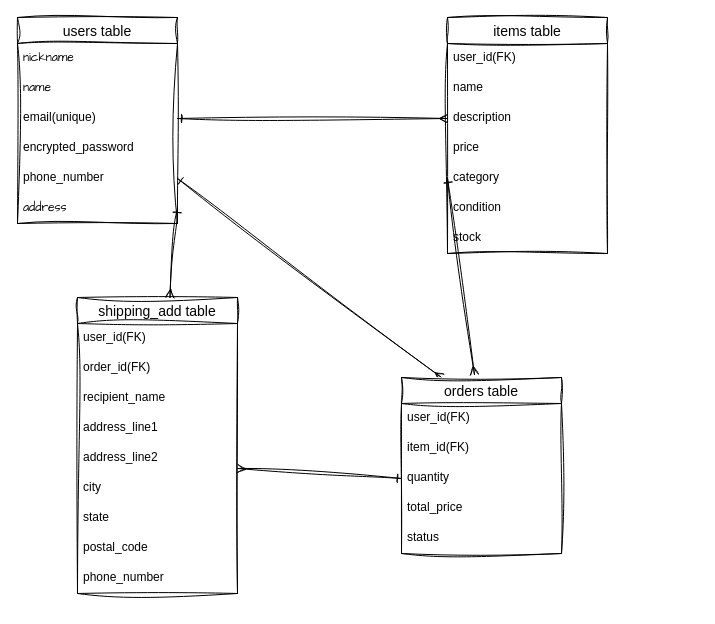
Earlier version of the draw.io diagram databaseER.dio (daichi1997/furima-41353). Source tidied: cells renumbered, new cells numbered last; positions are measured from the earlier drawing's top-left corner, leaving out a move shared by most shapes. Both pictures are drawn from the tidied source at 100%, with x=0, y=0 at pixel (17, 17).
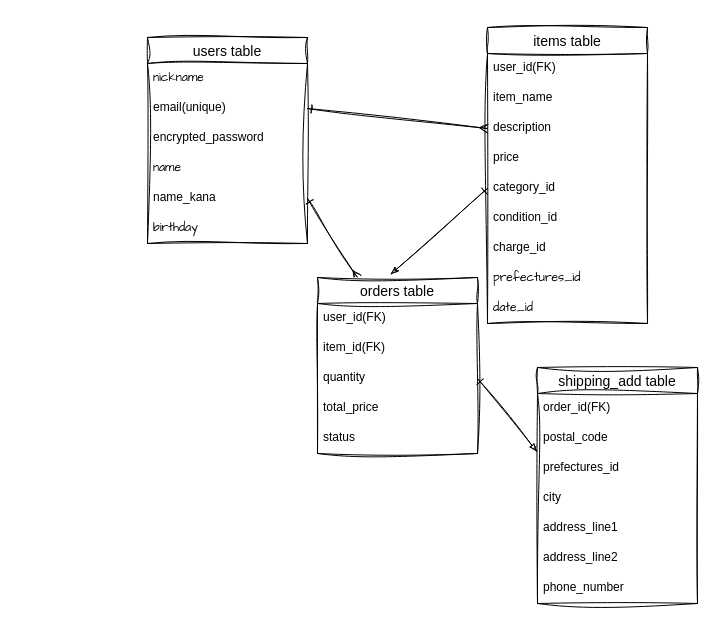
Above is the later version.

Commit message (it also covers changes not shown here):
指摘箇所の修正

The change refers to these unchanged cells:
```xml
<mxCell id="15" value="description" style="text;strokeColor=none;fillColor=none;spacingLeft=4;spacingRight=4;overflow=hidden;points=[[0,0.5],[1,0.5]];portConstraint=eastwest;fontSize=12;sketch=1;curveFitting=1;jiggle=2;" parent="12" vertex="1">
  <mxGeometry y="86" width="160" height="30" as="geometry" />
</mxCell>
<mxCell id="32" value="quantity" style="text;strokeColor=none;fillColor=none;spacingLeft=4;spacingRight=4;overflow=hidden;points=[[0,0.5],[1,0.5]];portConstraint=eastwest;fontSize=12;sketch=1;curveFitting=1;jiggle=2;" parent="29" vertex="1">
  <mxGeometry y="86" width="160" height="30" as="geometry" />
</mxCell>
```

Diff of the diagram source:
```diff
@@
     <mxCell id="2" value="shipping_add table" style="swimlane;fontStyle=0;horizontal=1;startSize=26;align=center;fontSize=14;sketch=1;curveFitting=1;jiggle=2;" parent="1" vertex="1">
-      <mxGeometry x="60" y="280" width="160" height="296" as="geometry" />
+      <mxGeometry x="520" y="350" width="160" height="236" as="geometry" />
     </mxCell>
-    <mxCell id="3" value="user_id(FK)" style="text;strokeColor=none;fillColor=none;spacingLeft=4;spacingRight=4;overflow=hidden;fontSize=12;sketch=1;curveFitting=1;jiggle=2;" parent="2" vertex="1">
-      <mxGeometry y="26" width="160" height="30" as="geometry" />
-    </mxCell>
     <mxCell id="4" value="order_id(FK)" style="text;strokeColor=none;fillColor=none;spacingLeft=4;spacingRight=4;overflow=hidden;fontSize=12;sketch=1;curveFitting=1;jiggle=2;" parent="2" vertex="1">
-      <mxGeometry y="56" width="160" height="30" as="geometry" />
+      <mxGeometry y="26" width="160" height="30" as="geometry" />
     </mxCell>
+    <mxCell id="10" value="postal_code" style="text;strokeColor=none;fillColor=none;spacingLeft=4;spacingRight=4;overflow=hidden;fontSize=12;sketch=1;curveFitting=1;jiggle=2;" parent="2" vertex="1">
+      <mxGeometry y="56" width="160" height="30" as="geometry" />
+    </mxCell>
-    <mxCell id="5" value="recipient_name" style="text;strokeColor=none;fillColor=none;spacingLeft=4;spacingRight=4;overflow=hidden;points=[[0,0.5],[1,0.5]];portConstraint=eastwest;fontSize=12;sketch=1;curveFitting=1;jiggle=2;" parent="2" vertex="1">
+    <mxCell id="5" value="prefectures_id" style="text;strokeColor=none;fillColor=none;spacingLeft=4;spacingRight=4;overflow=hidden;points=[[0,0.5],[1,0.5]];portConstraint=eastwest;fontSize=12;sketch=1;curveFitting=1;jiggle=2;" parent="2" vertex="1">
       <mxGeometry y="86" width="160" height="30" as="geometry" />
     </mxCell>
+    <mxCell id="8" value="city" style="text;strokeColor=none;fillColor=none;spacingLeft=4;spacingRight=4;overflow=hidden;fontSize=12;sketch=1;curveFitting=1;jiggle=2;" parent="2" vertex="1">
+      <mxGeometry y="116" width="160" height="30" as="geometry" />
+    </mxCell>
     <mxCell id="6" value="address_line1" style="text;strokeColor=none;fillColor=none;spacingLeft=4;spacingRight=4;overflow=hidden;fontSize=12;sketch=1;curveFitting=1;jiggle=2;" parent="2" vertex="1">
-      <mxGeometry y="116" width="160" height="30" as="geometry" />
+      <mxGeometry y="146" width="160" height="30" as="geometry" />
     </mxCell>
     <mxCell id="7" value="address_line2" style="text;strokeColor=none;fillColor=none;spacingLeft=4;spacingRight=4;overflow=hidden;points=[[0,0.5],[1,0.5]];portConstraint=eastwest;fontSize=12;sketch=1;curveFitting=1;jiggle=2;" parent="2" vertex="1">
-      <mxGeometry y="146" width="160" height="30" as="geometry" />
+      <mxGeometry y="176" width="160" height="30" as="geometry" />
     </mxCell>
-    <mxCell id="8" value="city" style="text;strokeColor=none;fillColor=none;spacingLeft=4;spacingRight=4;overflow=hidden;fontSize=12;sketch=1;curveFitting=1;jiggle=2;" parent="2" vertex="1">
-      <mxGeometry y="176" width="160" height="30" as="geometry" />
-    </mxCell>
-    <mxCell id="9" value="state" style="text;strokeColor=none;fillColor=none;spacingLeft=4;spacingRight=4;overflow=hidden;fontSize=12;sketch=1;curveFitting=1;jiggle=2;" parent="2" vertex="1">
-      <mxGeometry y="206" width="160" height="30" as="geometry" />
-    </mxCell>
-    <mxCell id="10" value="postal_code" style="text;strokeColor=none;fillColor=none;spacingLeft=4;spacingRight=4;overflow=hidden;fontSize=12;sketch=1;curveFitting=1;jiggle=2;" parent="2" vertex="1">
-      <mxGeometry y="236" width="160" height="30" as="geometry" />
-    </mxCell>
     <mxCell id="11" value="phone_number" style="text;strokeColor=none;fillColor=none;spacingLeft=4;spacingRight=4;overflow=hidden;fontSize=12;sketch=1;curveFitting=1;jiggle=2;" parent="2" vertex="1">
-      <mxGeometry y="266" width="160" height="30" as="geometry" />
+      <mxGeometry y="206" width="160" height="30" as="geometry" />
     </mxCell>
     <mxCell id="12" value="items table" style="swimlane;fontStyle=0;horizontal=1;startSize=26;align=center;fontSize=14;sketch=1;curveFitting=1;jiggle=2;" parent="1" vertex="1">
-      <mxGeometry x="430" width="160" height="236" as="geometry" />
+      <mxGeometry x="470" y="10" width="160" height="296" as="geometry" />
     </mxCell>
@@
-    <mxCell id="14" value="name" style="text;strokeColor=none;fillColor=none;spacingLeft=4;spacingRight=4;overflow=hidden;fontSize=12;sketch=1;curveFitting=1;jiggle=2;" parent="12" vertex="1">
+    <mxCell id="14" value="item_name&#10;" style="text;strokeColor=none;fillColor=none;spacingLeft=4;spacingRight=4;overflow=hidden;fontSize=12;sketch=1;curveFitting=1;jiggle=2;" parent="12" vertex="1">
       <mxGeometry y="56" width="160" height="30" as="geometry" />
     </mxCell>
@@
-    <mxCell id="17" value="category" style="text;strokeColor=none;fillColor=none;spacingLeft=4;spacingRight=4;overflow=hidden;points=[[0,0.5],[1,0.5]];portConstraint=eastwest;fontSize=12;sketch=1;curveFitting=1;jiggle=2;" parent="12" vertex="1">
+    <mxCell id="17" value="category_id" style="text;strokeColor=none;fillColor=none;spacingLeft=4;spacingRight=4;overflow=hidden;points=[[0,0.5],[1,0.5]];portConstraint=eastwest;fontSize=12;sketch=1;curveFitting=1;jiggle=2;" parent="12" vertex="1">
       <mxGeometry y="146" width="160" height="30" as="geometry" />
     </mxCell>
-    <mxCell id="18" value="condition" style="text;strokeColor=none;fillColor=none;spacingLeft=4;spacingRight=4;overflow=hidden;fontSize=12;sketch=1;curveFitting=1;jiggle=2;" parent="12" vertex="1">
+    <mxCell id="18" value="condition_id" style="text;strokeColor=none;fillColor=none;spacingLeft=4;spacingRight=4;overflow=hidden;fontSize=12;sketch=1;curveFitting=1;jiggle=2;" parent="12" vertex="1">
       <mxGeometry y="176" width="160" height="30" as="geometry" />
     </mxCell>
-    <mxCell id="19" value="stock" style="text;strokeColor=none;fillColor=none;spacingLeft=4;spacingRight=4;overflow=hidden;fontSize=12;sketch=1;curveFitting=1;jiggle=2;" parent="12" vertex="1">
+    <mxCell id="19" value="charge_id" style="text;strokeColor=none;fillColor=none;spacingLeft=4;spacingRight=4;overflow=hidden;fontSize=12;sketch=1;curveFitting=1;jiggle=2;" parent="12" vertex="1">
       <mxGeometry y="206" width="160" height="30" as="geometry" />
     </mxCell>
+    <mxCell id="38" value="prefectures_id" style="text;strokeColor=none;fillColor=none;spacingLeft=4;spacingRight=4;overflow=hidden;fontSize=12;sketch=1;hachureGap=4;jiggle=2;curveFitting=1;fontFamily=Architects Daughter;" parent="12" vertex="1">
+      <mxGeometry y="236" width="160" height="30" as="geometry" />
+    </mxCell>
+    <mxCell id="39" value="date_id" style="text;strokeColor=none;fillColor=none;spacingLeft=4;spacingRight=4;overflow=hidden;fontSize=12;sketch=1;hachureGap=4;jiggle=2;curveFitting=1;fontFamily=Architects Daughter;" parent="12" vertex="1">
+      <mxGeometry y="266" width="160" height="30" as="geometry" />
+    </mxCell>
     <mxCell id="20" value="users table" style="swimlane;fontStyle=0;horizontal=1;startSize=26;align=center;fontSize=14;sketch=1;curveFitting=1;jiggle=2;" parent="1" vertex="1">
-      <mxGeometry width="160" height="206" as="geometry" />
+      <mxGeometry x="130" y="20" width="160" height="206" as="geometry" />
     </mxCell>
@@
-    <mxCell id="22" value="name" style="text;strokeColor=none;fillColor=none;spacingLeft=4;spacingRight=4;overflow=hidden;fontSize=12;sketch=1;hachureGap=4;jiggle=2;curveFitting=1;fontFamily=Architects Daughter;" parent="20" vertex="1">
-      <mxGeometry y="56" width="160" height="30" as="geometry" />
-    </mxCell>
     <mxCell id="23" value="email(unique)" style="text;strokeColor=none;fillColor=none;spacingLeft=4;spacingRight=4;overflow=hidden;points=[[0,0.5],[1,0.5]];portConstraint=eastwest;fontSize=12;sketch=1;curveFitting=1;jiggle=2;" parent="20" vertex="1">
-      <mxGeometry y="86" width="160" height="30" as="geometry" />
+      <mxGeometry y="56" width="160" height="30" as="geometry" />
     </mxCell>
     <mxCell id="24" value="encrypted_password" style="text;strokeColor=none;fillColor=none;spacingLeft=4;spacingRight=4;overflow=hidden;fontSize=12;sketch=1;curveFitting=1;jiggle=2;" parent="20" vertex="1">
-      <mxGeometry y="116" width="160" height="30" as="geometry" />
+      <mxGeometry y="86" width="160" height="30" as="geometry" />
     </mxCell>
+    <mxCell id="22" value="name" style="text;strokeColor=none;fillColor=none;spacingLeft=4;spacingRight=4;overflow=hidden;fontSize=12;sketch=1;hachureGap=4;jiggle=2;curveFitting=1;fontFamily=Architects Daughter;" parent="20" vertex="1">
+      <mxGeometry y="116" width="160" height="30" as="geometry" />
+    </mxCell>
-    <mxCell id="25" value="phone_number" style="text;strokeColor=none;fillColor=none;spacingLeft=4;spacingRight=4;overflow=hidden;points=[[0,0.5],[1,0.5]];portConstraint=eastwest;fontSize=12;sketch=1;curveFitting=1;jiggle=2;" parent="20" vertex="1">
+    <mxCell id="25" value="name_kana" style="text;strokeColor=none;fillColor=none;spacingLeft=4;spacingRight=4;overflow=hidden;points=[[0,0.5],[1,0.5]];portConstraint=eastwest;fontSize=12;sketch=1;curveFitting=1;jiggle=2;" parent="20" vertex="1">
       <mxGeometry y="146" width="160" height="30" as="geometry" />
     </mxCell>
-    <mxCell id="26" value="address" style="text;strokeColor=none;fillColor=none;spacingLeft=4;spacingRight=4;overflow=hidden;points=[[0,0.5],[1,0.5]];portConstraint=eastwest;fontSize=12;sketch=1;hachureGap=4;jiggle=2;curveFitting=1;fontFamily=Architects Daughter;" parent="20" vertex="1">
+    <mxCell id="26" value="birthday" style="text;strokeColor=none;fillColor=none;spacingLeft=4;spacingRight=4;overflow=hidden;points=[[0,0.5],[1,0.5]];portConstraint=eastwest;fontSize=12;sketch=1;hachureGap=4;jiggle=2;curveFitting=1;fontFamily=Architects Daughter;" parent="20" vertex="1">
       <mxGeometry y="176" width="160" height="30" as="geometry" />
     </mxCell>
-    <mxCell id="27" style="edgeStyle=none;sketch=1;hachureGap=4;jiggle=2;curveFitting=1;html=1;exitX=1;exitY=0.5;exitDx=0;exitDy=0;fontFamily=Architects Daughter;fontSize=16;endArrow=ERmany;endFill=0;startSize=6;startArrow=ERone;startFill=0;" parent="1" edge="1" source="23">
-      <mxGeometry relative="1" as="geometry">
-        <mxPoint x="430" y="101" as="targetPoint" />
-      </mxGeometry>
+    <mxCell id="27" style="edgeStyle=none;sketch=1;hachureGap=4;jiggle=2;curveFitting=1;html=1;exitX=1;exitY=0.5;exitDx=0;exitDy=0;fontFamily=Architects Daughter;fontSize=16;endArrow=ERmany;endFill=0;startSize=6;startArrow=ERone;startFill=0;entryX=0;entryY=0.5;entryDx=0;entryDy=0;" parent="1" edge="1" source="23" target="15">
+      <mxGeometry relative="1" as="geometry" />
     </mxCell>
@@
     <mxCell id="29" value="orders table" style="swimlane;fontStyle=0;horizontal=1;startSize=26;align=center;fontSize=14;sketch=1;curveFitting=1;jiggle=2;" parent="1" vertex="1">
-      <mxGeometry x="384" y="360" width="160" height="176" as="geometry" />
+      <mxGeometry x="300" y="260" width="160" height="176" as="geometry" />
     </mxCell>
@@
-    <mxCell id="35" style="edgeStyle=none;sketch=1;hachureGap=4;jiggle=2;curveFitting=1;html=1;exitX=1;exitY=0.5;exitDx=0;exitDy=0;fontFamily=Architects Daughter;fontSize=16;endArrow=ERmany;endFill=0;startArrow=ERone;startFill=0;" parent="1" edge="1" source="26" target="2">
-      <mxGeometry relative="1" as="geometry" />
-    </mxCell>
-    <mxCell id="36" style="edgeStyle=none;sketch=1;hachureGap=4;jiggle=2;curveFitting=1;html=1;exitX=0;exitY=0.5;exitDx=0;exitDy=0;fontFamily=Architects Daughter;fontSize=16;entryX=0.456;entryY=-0.017;entryDx=0;entryDy=0;entryPerimeter=0;startArrow=ERone;startFill=0;endArrow=ERmany;endFill=0;" parent="1" edge="1" source="17" target="29">
+    <mxCell id="36" style="edgeStyle=none;sketch=1;hachureGap=4;jiggle=2;curveFitting=1;html=1;exitX=0;exitY=0.5;exitDx=0;exitDy=0;fontFamily=Architects Daughter;fontSize=16;entryX=0.456;entryY=-0.017;entryDx=0;entryDy=0;entryPerimeter=0;startArrow=ERone;startFill=0;endArrow=classicThin;endFill=1;" parent="1" edge="1" source="17" target="29">
       <mxGeometry relative="1" as="geometry" />
     </mxCell>
-    <mxCell id="37" style="edgeStyle=none;sketch=1;hachureGap=4;jiggle=2;curveFitting=1;html=1;exitX=0;exitY=0.5;exitDx=0;exitDy=0;entryX=1.002;entryY=0.833;entryDx=0;entryDy=0;entryPerimeter=0;fontFamily=Architects Daughter;fontSize=16;startArrow=ERone;startFill=0;endArrow=ERmany;endFill=0;" parent="1" edge="1" source="32" target="7">
-      <mxGeometry relative="1" as="geometry" />
-    </mxCell>
+    <mxCell id="40" style="edgeStyle=none;sketch=1;hachureGap=4;jiggle=2;curveFitting=1;html=1;exitX=1;exitY=0.5;exitDx=0;exitDy=0;entryX=-0.002;entryY=-0.056;entryDx=0;entryDy=0;entryPerimeter=0;fontFamily=Architects Daughter;fontSize=16;startArrow=ERone;startFill=0;endArrow=blockThin;endFill=1;startSize=6;" parent="1" edge="1" source="32" target="5">
+      <mxGeometry relative="1" as="geometry" />
+    </mxCell>
```
